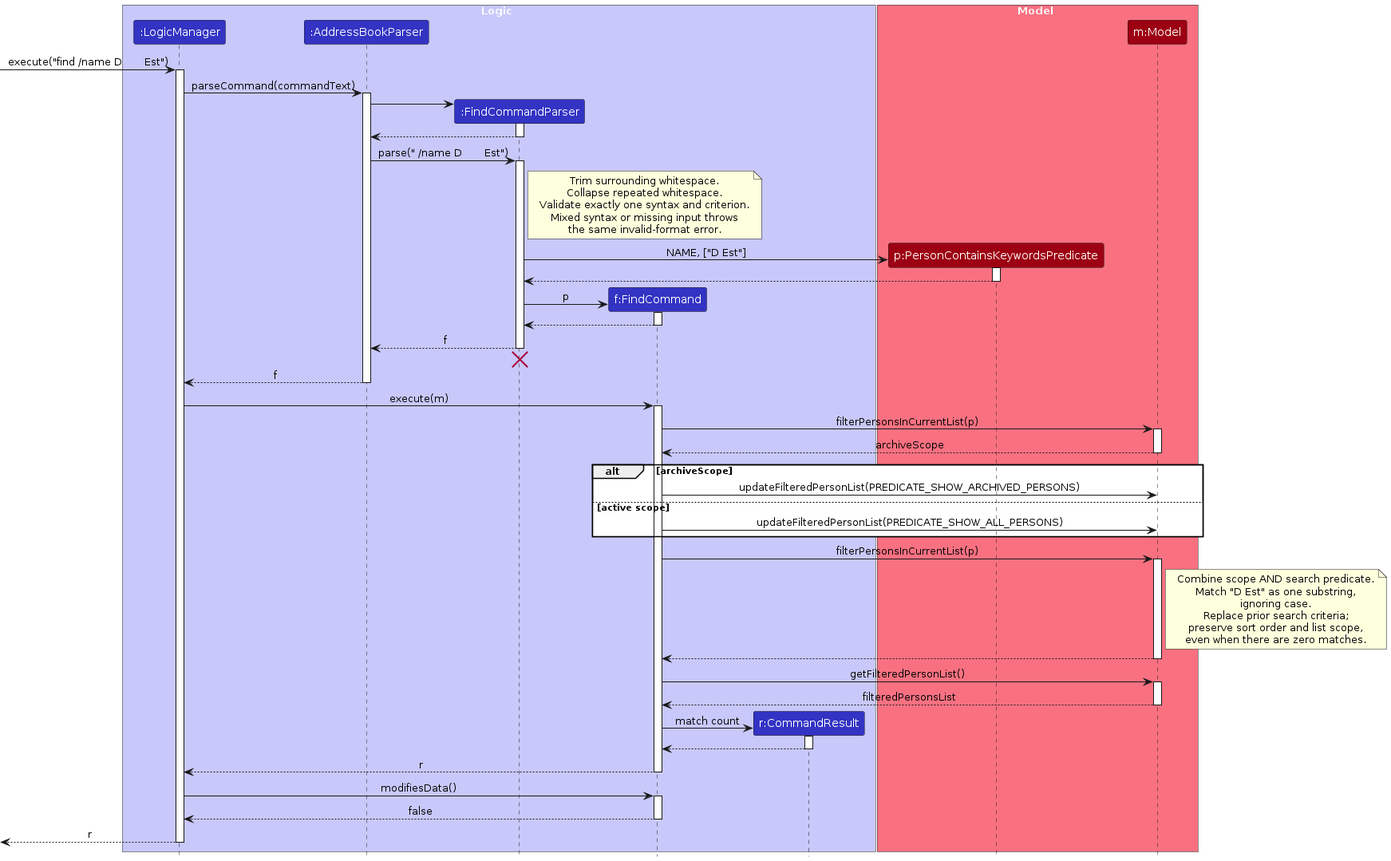
Above: diagrams/FindSequenceDiagram.png in AY2627S1-CS2103T-T08-1/tp (PlantUML), before the change. Its source is kept beside it as diagrams/FindSequenceDiagram.puml.
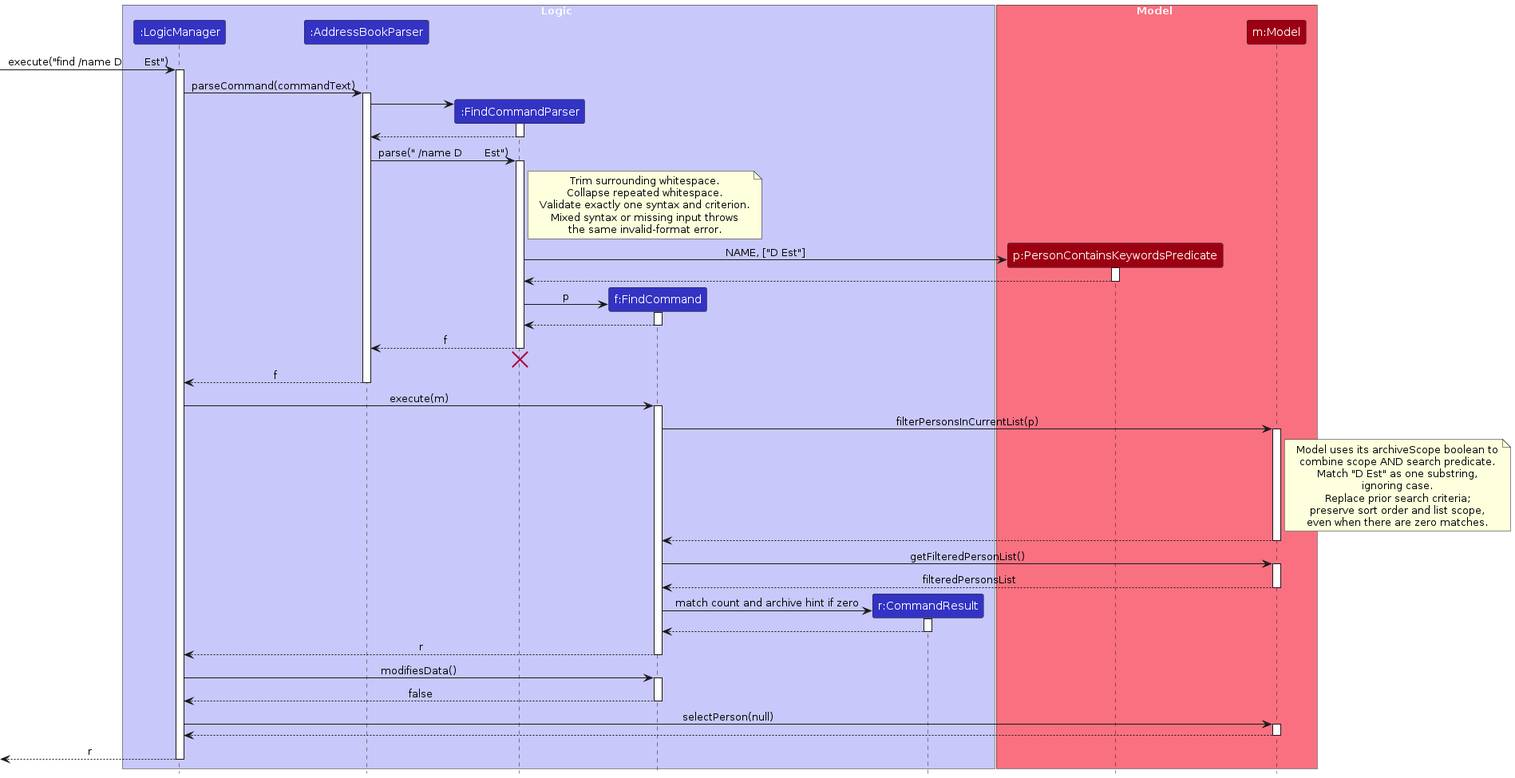
Later version of the same file.

Change to the diagram source:
```diff
@@ -66,19 +66,9 @@
 
 FindCommand -> Model : filterPersonsInCurrentList(p)
 activate Model
-Model --> FindCommand : archiveScope
-deactivate Model
-
-alt archiveScope
-    FindCommand -> Model : updateFilteredPersonList(PREDICATE_SHOW_ARCHIVED_PERSONS)
-else active scope
-    FindCommand -> Model : updateFilteredPersonList(PREDICATE_SHOW_ALL_PERSONS)
-end
-
-FindCommand -> Model : filterPersonsInCurrentList(p)
-activate Model
 note right of Model
-  Combine scope AND search predicate.
+  Model uses its archiveScope boolean to
+  combine scope AND search predicate.
   Match "D Est" as one substring,
   ignoring case.
   Replace prior search criteria;
@@ -95,7 +85,7 @@
 deactivate Model
 
 create CommandResult
-FindCommand -> CommandResult : match count
+FindCommand -> CommandResult : match count and archive hint if zero
 activate CommandResult
 
 CommandResult --> FindCommand
@@ -110,6 +100,11 @@
 FindCommand --> LogicManager : false
 deactivate FindCommand
 
+LogicManager -> Model : selectPerson(null)
+activate Model
+Model --> LogicManager
+deactivate Model
+
 [<-- LogicManager : r
 deactivate LogicManager
 @enduml
```
